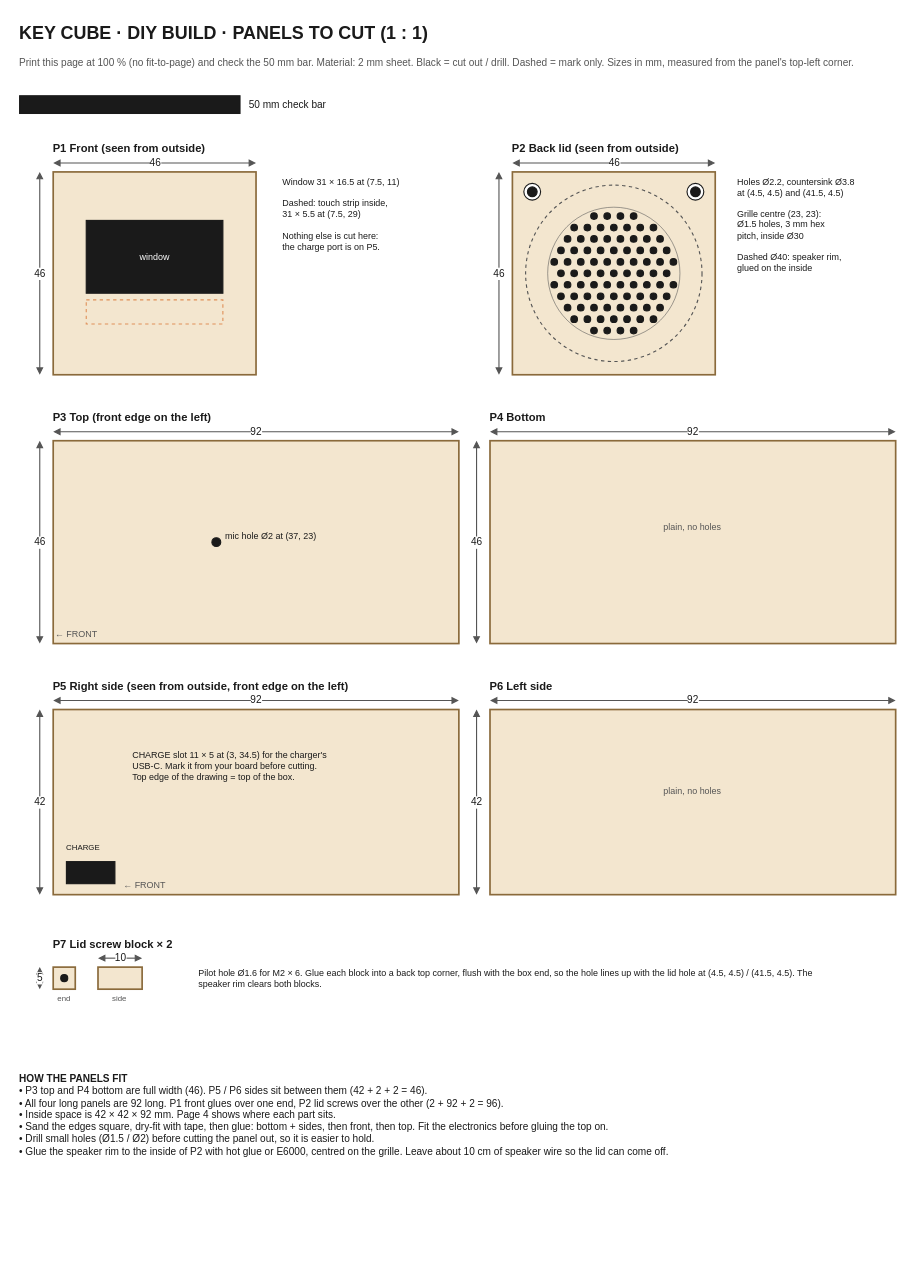
Above: page "3 · Enclosure panels 1:1 (print)" (3 of 5) of key-cube-diy.drawio in ruchira05/funny-cube (draw.io), before the change. Source tidied: cells renumbered, new cells numbered last; positions are measured from the earlier drawing's top-left corner, leaving out a move shared by most shapes. Both pictures are drawn from the tidied source at 112%, with x=0, y=0 at pixel (19, 19).
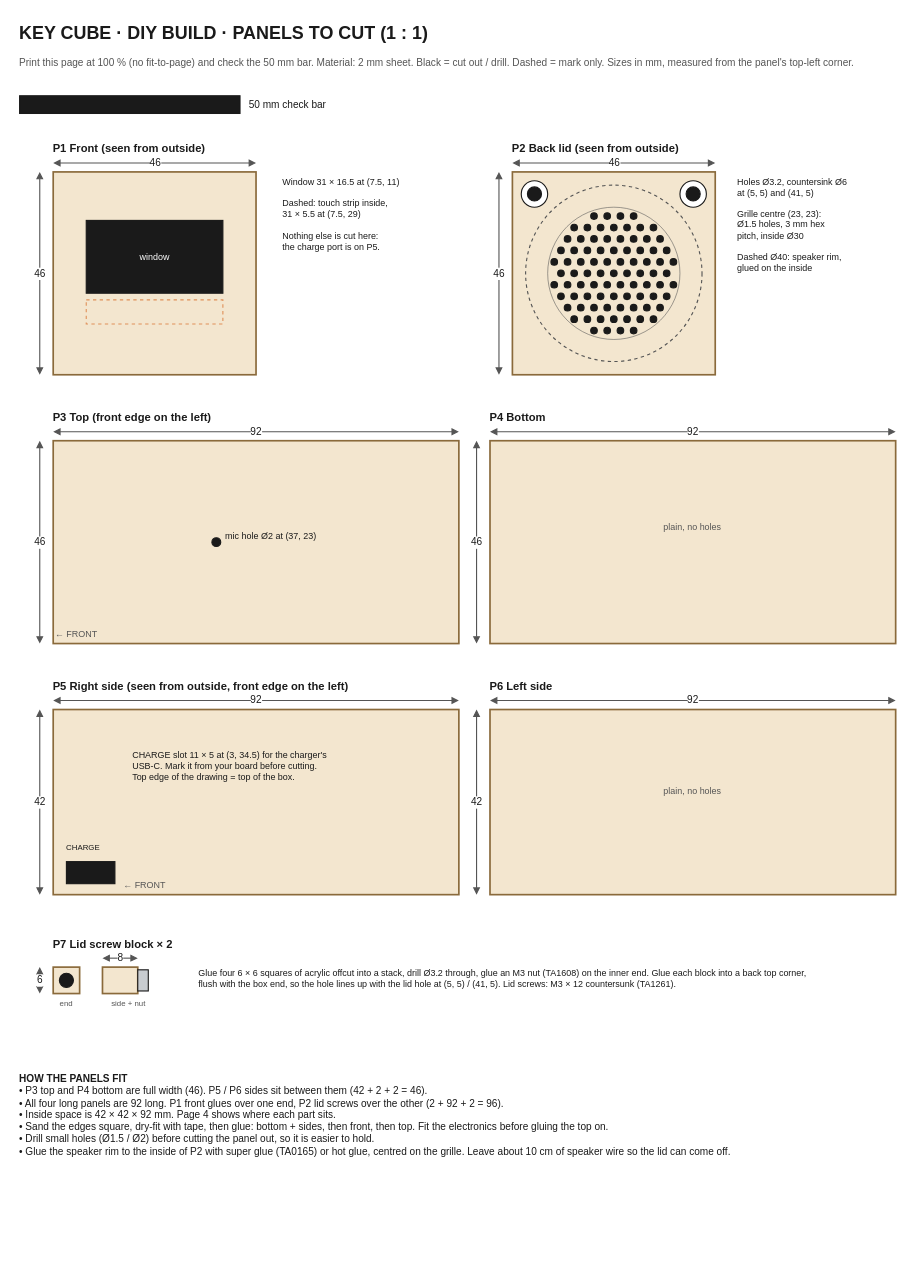
After the change.

Commit message (it also covers changes not shown here):
DIY cube: open test frame (page 5) and tronic.lk parts list

Adds a 1:1 template for a bolt-together test frame: two dot-board end
plates on four M3 nylon standoff posts, with floor tray, top tray and a
DevKit carrier tied to the posts. Every part on page 1 now has a tronic.lk
code, with a new table D for the frame. tronic.lk has no M2 screws, so the
lid now uses M3 x 12 countersunk screws into acrylic blocks with a nut.

What changed in the source:
```diff
@@
     <mxCell id="17" style="ellipse;whiteSpace=wrap;html=1;fillColor=#FFFFFF;strokeColor=#1A1A1A;strokeWidth=1;fontSize=10;fontColor=#1A1A1A;" parent="1" vertex="1">
-      <mxGeometry x="450.2" y="146.2" width="15" height="15" as="geometry" />
+      <mxGeometry x="447.9" y="143.9" width="23.6" height="23.6" as="geometry" />
     </mxCell>
     <mxCell id="18" style="ellipse;whiteSpace=wrap;html=1;fillColor=#1A1A1A;strokeColor=#1A1A1A;strokeWidth=1;fontSize=10;fontColor=#1A1A1A;" parent="1" vertex="1">
-      <mxGeometry x="453.4" y="149.4" width="8.7" height="8.7" as="geometry" />
+      <mxGeometry x="453.4" y="149.4" width="12.6" height="12.6" as="geometry" />
     </mxCell>
     <mxCell id="19" style="ellipse;whiteSpace=wrap;html=1;fillColor=#FFFFFF;strokeColor=#1A1A1A;strokeWidth=1;fontSize=10;fontColor=#1A1A1A;" parent="1" vertex="1">
-      <mxGeometry x="595.9" y="146.2" width="15" height="15" as="geometry" />
+      <mxGeometry x="589.6" y="143.9" width="23.6" height="23.6" as="geometry" />
     </mxCell>
     <mxCell id="20" style="ellipse;whiteSpace=wrap;html=1;fillColor=#1A1A1A;strokeColor=#1A1A1A;strokeWidth=1;fontSize=10;fontColor=#1A1A1A;" parent="1" vertex="1">
-      <mxGeometry x="599.1" y="149.4" width="8.7" height="8.7" as="geometry" />
+      <mxGeometry x="595.1" y="149.4" width="12.6" height="12.6" as="geometry" />
     </mxCell>
@@
-    <mxCell id="108" value="Holes Ø2.2, countersink Ø3.8&lt;br&gt;at (4.5, 4.5) and (41.5, 4.5)&lt;br&gt;&lt;br&gt;Grille centre (23, 23):&lt;br&gt;Ø1.5 holes, 3 mm hex&lt;br&gt;pitch, inside Ø30&lt;br&gt;&lt;br&gt;Dashed Ø40: speaker rim,&lt;br&gt;glued on the inside" style="text;html=1;whiteSpace=wrap;fillColor=none;strokeColor=none;align=left;verticalAlign=top;fontSize=8;fontColor=#1A1A1A;spacing=0;" parent="1" vertex="1">
+    <mxCell id="108" value="Holes Ø3.2, countersink Ø6&lt;br&gt;at (5, 5) and (41, 5)&lt;br&gt;&lt;br&gt;Grille centre (23, 23):&lt;br&gt;Ø1.5 holes, 3 mm hex&lt;br&gt;pitch, inside Ø30&lt;br&gt;&lt;br&gt;Dashed Ø40: speaker rim,&lt;br&gt;glued on the inside" style="text;html=1;whiteSpace=wrap;fillColor=none;strokeColor=none;align=left;verticalAlign=top;fontSize=8;fontColor=#1A1A1A;spacing=0;" parent="1" vertex="1">
       <mxGeometry x="641.1" y="136" width="140" height="140" as="geometry" />
     </mxCell>
@@
     <mxCell id="135" style="rounded=0;whiteSpace=wrap;html=1;fillColor=#F3E6CF;strokeColor=#8A6A3B;strokeWidth=1.5;fontSize=10;fontColor=#1A1A1A;" parent="1" vertex="1">
-      <mxGeometry x="30" y="846" width="19.7" height="19.7" as="geometry" />
+      <mxGeometry x="30" y="846" width="23.6" height="23.6" as="geometry" />
     </mxCell>
     <mxCell id="136" style="ellipse;whiteSpace=wrap;html=1;fillColor=#1A1A1A;strokeColor=#1A1A1A;strokeWidth=1;fontSize=10;fontColor=#1A1A1A;" parent="1" vertex="1">
-      <mxGeometry x="36.7" y="852.7" width="6.3" height="6.3" as="geometry" />
+      <mxGeometry x="35.5" y="851.5" width="12.6" height="12.6" as="geometry" />
     </mxCell>
     <mxCell id="137" value="end" style="text;html=1;whiteSpace=wrap;fillColor=none;strokeColor=none;align=center;verticalAlign=middle;fontSize=7;fontColor=#555555;spacing=0;" parent="1" vertex="1">
-      <mxGeometry x="20" y="869.7" width="40" height="10" as="geometry" />
+      <mxGeometry x="20" y="873.6" width="44" height="10" as="geometry" />
     </mxCell>
     <mxCell id="138" style="rounded=0;whiteSpace=wrap;html=1;fillColor=#F3E6CF;strokeColor=#8A6A3B;strokeWidth=1.5;fontSize=10;fontColor=#1A1A1A;" parent="1" vertex="1">
-      <mxGeometry x="70" y="846" width="39.4" height="19.7" as="geometry" />
+      <mxGeometry x="74" y="846" width="31.5" height="23.6" as="geometry" />
     </mxCell>
-    <mxCell id="139" value="side" style="text;html=1;whiteSpace=wrap;fillColor=none;strokeColor=none;align=center;verticalAlign=middle;fontSize=7;fontColor=#555555;spacing=0;" parent="1" vertex="1">
-      <mxGeometry x="70" y="869.7" width="39.4" height="10" as="geometry" />
+    <mxCell id="139" style="rounded=0;whiteSpace=wrap;html=1;fillColor=#C8CCD0;strokeColor=#1A1A1A;strokeWidth=1;fontSize=10;fontColor=#1A1A1A;" parent="1" vertex="1">
+      <mxGeometry x="105.5" y="848.4" width="9.4" height="18.9" as="geometry" />
     </mxCell>
-    <mxCell id="140" value="10" style="html=1;rounded=0;strokeColor=#555555;strokeWidth=1;fontSize=9;fontColor=#1A1A1A;labelBackgroundColor=#FFFFFF;startArrow=block;endArrow=block;startFill=1;endFill=1;startSize=4;endSize=4;" parent="1" edge="1">
-      <mxGeometry relative="1" as="geometry">
-        <mxPoint x="70" y="838" as="sourcePoint" />
-        <mxPoint x="109.4" y="838" as="targetPoint" />
-      </mxGeometry>
+    <mxCell id="140" value="side + nut" style="text;html=1;whiteSpace=wrap;fillColor=none;strokeColor=none;align=center;verticalAlign=middle;fontSize=7;fontColor=#555555;spacing=0;" parent="1" vertex="1">
+      <mxGeometry x="74" y="873.6" width="47.2" height="10" as="geometry" />
     </mxCell>
-    <mxCell id="141" value="5" style="html=1;rounded=0;strokeColor=#555555;strokeWidth=1;fontSize=9;fontColor=#1A1A1A;labelBackgroundColor=#FFFFFF;startArrow=block;endArrow=block;startFill=1;endFill=1;startSize=4;endSize=4;" parent="1" edge="1">
+    <mxCell id="141" value="8" style="html=1;rounded=0;strokeColor=#555555;strokeWidth=1;fontSize=9;fontColor=#1A1A1A;labelBackgroundColor=#FFFFFF;startArrow=block;endArrow=block;startFill=1;endFill=1;startSize=4;endSize=4;" parent="1" edge="1">
       <mxGeometry relative="1" as="geometry">
-        <mxPoint x="18" y="846" as="sourcePoint" />
-        <mxPoint x="18" y="865.7" as="targetPoint" />
+        <mxPoint x="74" y="838" as="sourcePoint" />
+        <mxPoint x="105.5" y="838" as="targetPoint" />
       </mxGeometry>
     </mxCell>
-    <mxCell id="142" value="Pilot hole Ø1.6 for M2 × 6. Glue each block into a back top corner, flush with the box end, so the hole lines up with the lid hole at (4.5, 4.5) / (41.5, 4.5). The speaker rim clears both blocks." style="text;html=1;whiteSpace=wrap;fillColor=none;strokeColor=none;align=left;verticalAlign=top;fontSize=8;fontColor=#1A1A1A;spacing=0;" parent="1" vertex="1">
-      <mxGeometry x="160" y="842" width="560" height="50" as="geometry" />
+    <mxCell id="142" value="6" style="html=1;rounded=0;strokeColor=#555555;strokeWidth=1;fontSize=9;fontColor=#1A1A1A;labelBackgroundColor=#FFFFFF;startArrow=block;endArrow=block;startFill=1;endFill=1;startSize=4;endSize=4;" parent="1" edge="1">
+      <mxGeometry relative="1" as="geometry">
+        <mxPoint x="18" y="846" as="sourcePoint" />
+        <mxPoint x="18" y="869.6" as="targetPoint" />
+      </mxGeometry>
     </mxCell>
-    <mxCell id="143" value="&lt;b&gt;HOW THE PANELS FIT&lt;/b&gt;&lt;br&gt;• P3 top and P4 bottom are full width (46). P5 / P6 sides sit between them (42 + 2 + 2 = 46).&lt;br&gt;• All four long panels are 92 long. P1 front glues over one end, P2 lid screws over the other (2 + 92 + 2 = 96).&lt;br&gt;• Inside space is 42 × 42 × 92 mm. Page 4 shows where each part sits.&lt;br&gt;• Sand the edges square, dry-fit with tape, then glue: bottom + sides, then front, then top. Fit the electronics before gluing the top on.&lt;br&gt;• Drill small holes (Ø1.5 / Ø2) before cutting the panel out, so it is easier to hold.&lt;br&gt;• Glue the speaker rim to the inside of P2 with hot glue or E6000, centred on the grille. Leave about 10 cm of speaker wire so the lid can come off." style="text;html=1;whiteSpace=wrap;fillColor=none;strokeColor=none;align=left;verticalAlign=top;fontSize=9;fontColor=#1A1A1A;spacing=0;" parent="1" vertex="1">
-      <mxGeometry y="936" width="770" height="170" as="geometry" />
+    <mxCell id="143" value="Glue four 6 × 6 squares of acrylic offcut into a stack, drill Ø3.2 through, glue an M3 nut (TA1608) on the inner end. Glue each block into a back top corner, flush with the box end, so the hole lines up with the lid hole at (5, 5) / (41, 5). Lid screws: M3 × 12 countersunk (TA1261)." style="text;html=1;whiteSpace=wrap;fillColor=none;strokeColor=none;align=left;verticalAlign=top;fontSize=8;fontColor=#1A1A1A;spacing=0;" parent="1" vertex="1">
+      <mxGeometry x="160" y="842" width="560" height="50" as="geometry" />
     </mxCell>
+    <mxCell id="144" value="&lt;b&gt;HOW THE PANELS FIT&lt;/b&gt;&lt;br&gt;• P3 top and P4 bottom are full width (46). P5 / P6 sides sit between them (42 + 2 + 2 = 46).&lt;br&gt;• All four long panels are 92 long. P1 front glues over one end, P2 lid screws over the other (2 + 92 + 2 = 96).&lt;br&gt;• Inside space is 42 × 42 × 92 mm. Page 4 shows where each part sits.&lt;br&gt;• Sand the edges square, dry-fit with tape, then glue: bottom + sides, then front, then top. Fit the electronics before gluing the top on.&lt;br&gt;• Drill small holes (Ø1.5 / Ø2) before cutting the panel out, so it is easier to hold.&lt;br&gt;• Glue the speaker rim to the inside of P2 with super glue (TA0165) or hot glue, centred on the grille. Leave about 10 cm of speaker wire so the lid can come off." style="text;html=1;whiteSpace=wrap;fillColor=none;strokeColor=none;align=left;verticalAlign=top;fontSize=9;fontColor=#1A1A1A;spacing=0;" parent="1" vertex="1">
+      <mxGeometry y="936" width="770" height="170" as="geometry" />
+    </mxCell>
```
